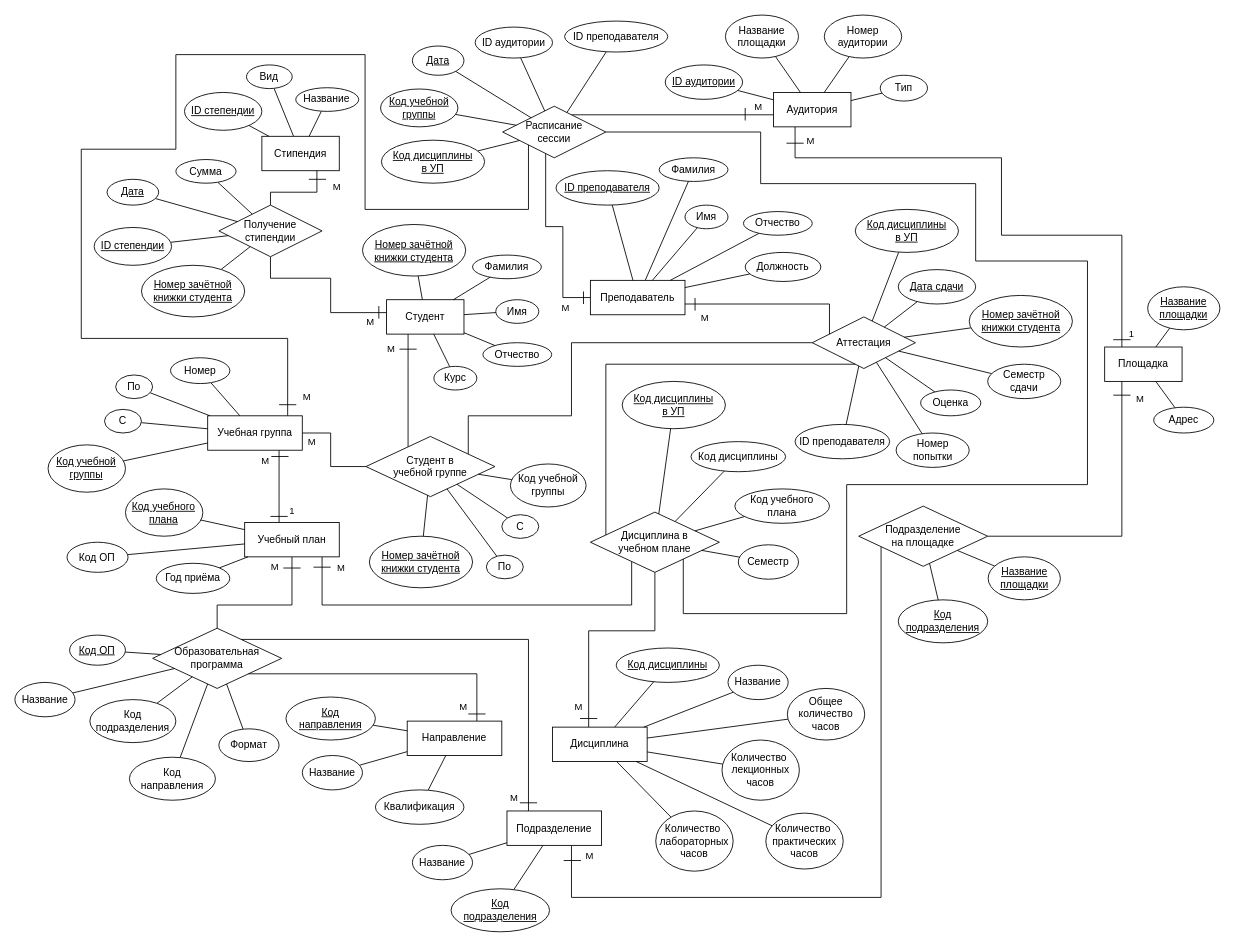
The draw.io diagram students/k3141/Klimenkov_Vladislav/LR_2/Нотация_Чена_Кириллова.drawio in marinagovorova/DATABASES_ICT_2-3s_2022-2023_2023-2024, before the edit. Source tidied: cells renumbered, new cells numbered last; positions are measured from the earlier drawing's top-left corner, leaving out a move shared by most shapes. Both pictures are drawn from the tidied source at 86%, with x=0, y=0 at pixel (15, 15).
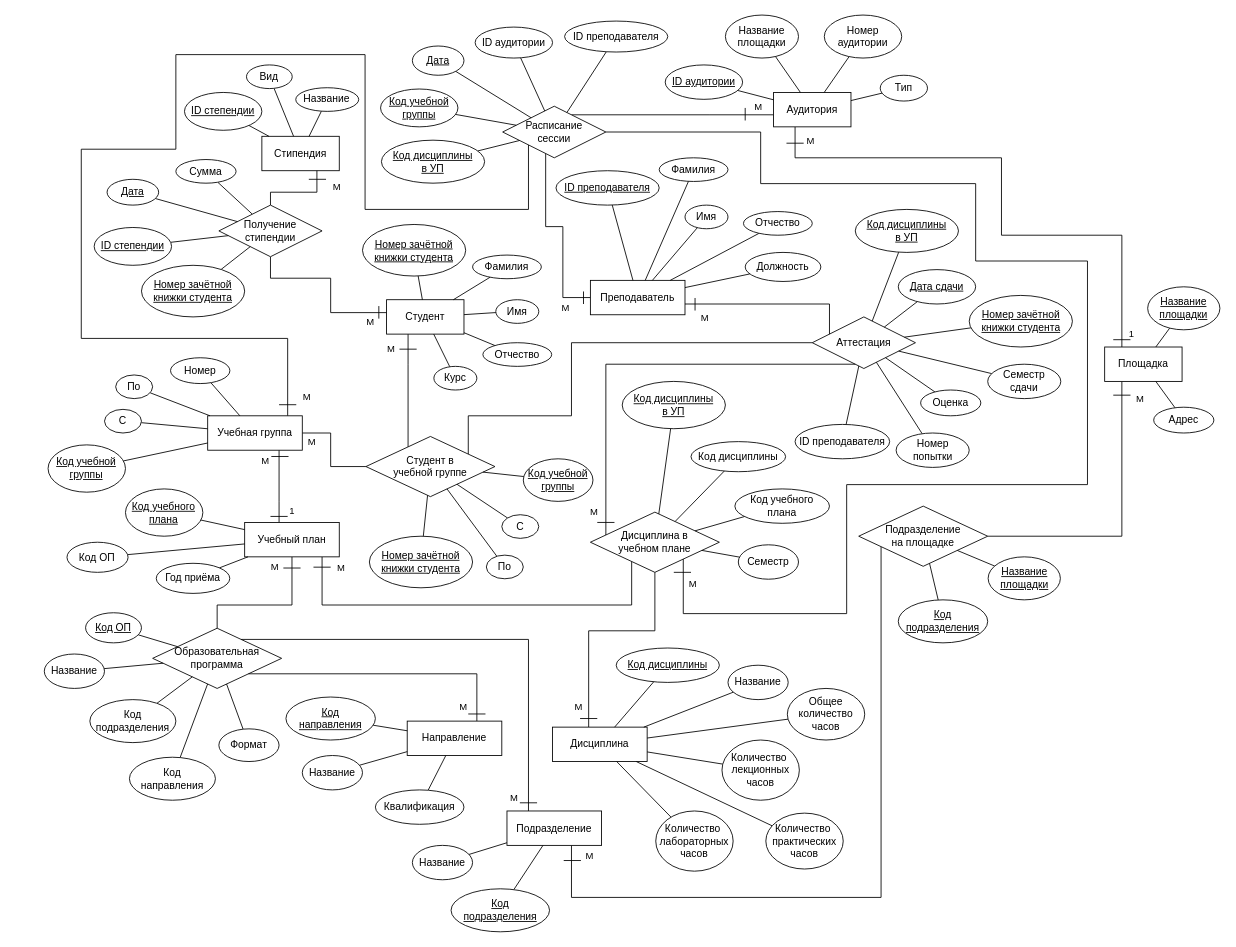
Above is the later version.

Unchanged cells that the change refers to:
```xml
<mxCell id="13" value="Студент в &lt;br&gt;учебной группе" style="shape=rhombus;perimeter=rhombusPerimeter;whiteSpace=wrap;html=1;align=center;" parent="1" vertex="1">
  <mxGeometry x="408" y="490" width="150" height="70" as="geometry" />
</mxCell>
<mxCell id="14" style="edgeStyle=orthogonalEdgeStyle;rounded=0;jettySize=auto;html=1;endArrow=none;endFill=0;" parent="1" edge="1" source="20" target="2">
  <mxGeometry relative="1" as="geometry">
    <Array as="points">
      <mxPoint x="687" y="406" />
    </Array>
  </mxGeometry>
</mxCell>
<mxCell id="19" style="edgeStyle=orthogonalEdgeStyle;rounded=0;jettySize=auto;html=1;endArrow=none;endFill=0;" parent="1" edge="1" source="20" target="51">
  <mxGeometry relative="1" as="geometry">
    <Array as="points">
      <mxPoint x="777" y="696" />
      <mxPoint x="967" y="696" />
      <mxPoint x="967" y="546" />
      <mxPoint x="1247" y="546" />
      <mxPoint x="1247" y="286" />
      <mxPoint x="1117" y="286" />
      <mxPoint x="1117" y="196" />
      <mxPoint x="867" y="196" />
      <mxPoint x="867" y="136" />
    </Array>
  </mxGeometry>
</mxCell>
```

What changed in the source:
```diff
@@
+    <mxCell id="212" value="М" style="edgeLabel;html=1;align=center;verticalAlign=middle;" parent="14" vertex="1">
+      <mxGeometry x="-0.87" y="2" relative="1" as="geometry">
+        <mxPoint x="-13" y="5" as="offset" />
+      </mxGeometry>
+    </mxCell>
@@
+    <mxCell id="213" value="М" style="edgeLabel;html=1;align=center;verticalAlign=middle;" parent="19" vertex="1">
+      <mxGeometry x="-0.95" y="1" relative="1" as="geometry">
+        <mxPoint x="9" y="-13" as="offset" />
+      </mxGeometry>
+    </mxCell>
@@
-    <mxCell id="120" style="rounded=0;jettySize=auto;html=1;endArrow=none;endFill=0;" parent="1" edge="1" source="121" target="13">
-      <mxGeometry relative="1" as="geometry" />
-    </mxCell>
-    <mxCell id="121" value="Код учебной группы" style="ellipse;whiteSpace=wrap;html=1;align=center;" parent="1" vertex="1">
-      <mxGeometry x="576" y="522" width="88" height="50" as="geometry" />
-    </mxCell>
@@
     <mxCell id="149" value="Код ОП" style="ellipse;whiteSpace=wrap;html=1;align=center;fontStyle=4;" parent="1" vertex="1">
-      <mxGeometry x="63.4" y="721" width="65" height="35" as="geometry" />
+      <mxGeometry x="82" y="695" width="65" height="35" as="geometry" />
     </mxCell>
@@
     <mxCell id="151" value="Название" style="ellipse;whiteSpace=wrap;html=1;align=center;" parent="1" vertex="1">
-      <mxGeometry x="-0.2" y="776" width="70" height="40" as="geometry" />
+      <mxGeometry x="34" y="743" width="70" height="40" as="geometry" />
     </mxCell>
@@
+    <mxCell id="120" style="rounded=0;jettySize=auto;html=1;endArrow=none;endFill=0;" parent="1" edge="1" source="121" target="13">
+      <mxGeometry relative="1" as="geometry" />
+    </mxCell>
+    <mxCell id="121" value="Код учебной группы" style="ellipse;whiteSpace=wrap;html=1;align=center;fontStyle=4;" parent="1" vertex="1">
+      <mxGeometry x="591" y="516" width="81" height="49.5" as="geometry" />
+    </mxCell>
+    <mxCell id="214" style="endArrow=none;html=1;rounded=0;" parent="1" edge="1">
+      <mxGeometry relative="1" as="geometry">
+        <mxPoint x="677" y="590" as="sourcePoint" />
+        <mxPoint x="697" y="590" as="targetPoint" />
+      </mxGeometry>
+    </mxCell>
+    <mxCell id="215" style="endArrow=none;html=1;rounded=0;" parent="1" edge="1">
+      <mxGeometry relative="1" as="geometry">
+        <mxPoint x="766" y="648" as="sourcePoint" />
+        <mxPoint x="786" y="648" as="targetPoint" />
+      </mxGeometry>
+    </mxCell>
```
